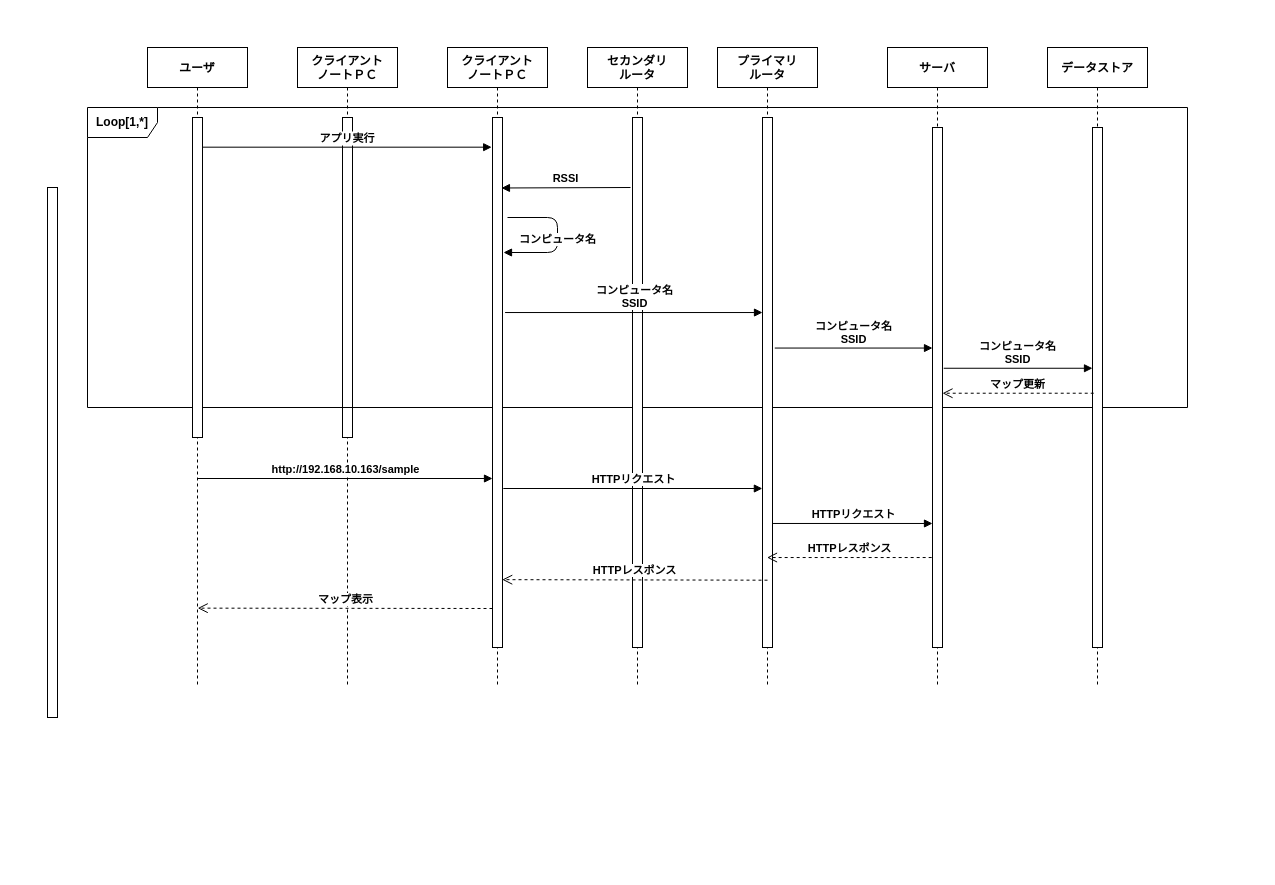
1Fp1N/Wi-Fi- keeps this draw.io diagram as シーケンステスト.drawio. Above is the earlier version. Source tidied: cells renumbered, new cells numbered last; positions are measured from the earlier drawing's top-left corner, leaving out a move shared by most shapes. Both pictures are drawn from the tidied source at 100%, with x=0, y=0 at pixel (47, 47).
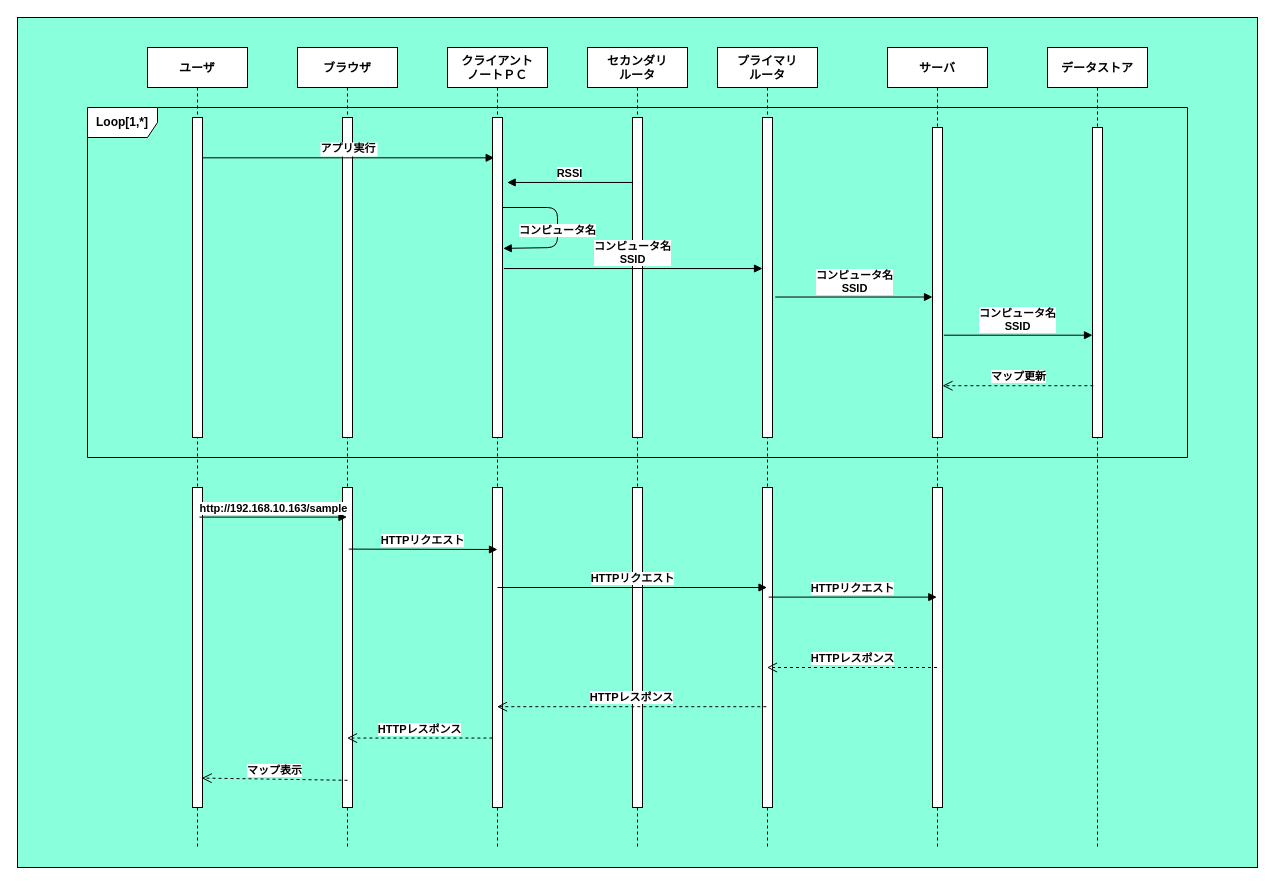
The same diagram, later.

Commit message:
Update シーケンステスト.drawio

Unchanged cells that the change refers to:
```xml
<mxCell id="6" style="points=[];perimeter=orthogonalPerimeter;rounded=0;shadow=0;strokeWidth=1;fontStyle=1;" parent="5" vertex="1">
  <mxGeometry x="45" y="70" width="10" height="320" as="geometry" />
</mxCell>
```

What changed in the source:
```diff
@@
+    <mxCell id="31" style="rounded=0;whiteSpace=wrap;html=1;fillColor=#8AFFDC;" parent="1" vertex="1">
+      <mxGeometry x="-30" y="-30" width="1240" height="850" as="geometry" />
+    </mxCell>
-    <mxCell id="2" value="クライアント&#10;ノートＰＣ" style="shape=umlLifeline;perimeter=lifelinePerimeter;rounded=0;shadow=0;strokeWidth=1;fontStyle=1;" parent="1" vertex="1">
-      <mxGeometry x="250" width="100" height="640" as="geometry" />
+    <mxCell id="2" value="ブラウザ" style="shape=umlLifeline;perimeter=lifelinePerimeter;rounded=0;shadow=0;strokeWidth=1;fontStyle=1;" parent="1" vertex="1">
+      <mxGeometry x="250" width="100" height="800" as="geometry" />
     </mxCell>
@@
+    <mxCell id="32" style="perimeter=orthogonalPerimeter;rounded=0;shadow=0;strokeWidth=1;fontStyle=1;" parent="2" vertex="1">
+      <mxGeometry x="45" y="440" width="10" height="320" as="geometry" />
+    </mxCell>
     <mxCell id="4" value="Loop[1,*]" style="shape=umlFrame;whiteSpace=wrap;html=1;width=70;height=30;fontStyle=1;" parent="1" vertex="1">
-      <mxGeometry x="40" y="60" width="1100" height="300" as="geometry" />
+      <mxGeometry x="40" y="60" width="1100" height="350" as="geometry" />
     </mxCell>
     <mxCell id="5" value="ユーザ" style="shape=umlLifeline;perimeter=lifelinePerimeter;rounded=0;shadow=0;strokeWidth=1;fontStyle=1;" parent="1" vertex="1">
-      <mxGeometry x="100" width="100" height="640" as="geometry" />
+      <mxGeometry x="100" width="100" height="800" as="geometry" />
     </mxCell>
@@
+    <mxCell id="33" style="points=[];perimeter=orthogonalPerimeter;rounded=0;shadow=0;strokeWidth=1;fontStyle=1;" parent="5" vertex="1">
+      <mxGeometry x="45" y="440" width="10" height="320" as="geometry" />
+    </mxCell>
     <mxCell id="7" value="クライアント&#10;ノートＰＣ" style="shape=umlLifeline;perimeter=lifelinePerimeter;rounded=0;shadow=0;strokeWidth=1;fontStyle=1;" parent="1" vertex="1">
-      <mxGeometry x="400" width="100" height="640" as="geometry" />
+      <mxGeometry x="400" width="100" height="800" as="geometry" />
     </mxCell>
     <mxCell id="8" style="points=[];perimeter=orthogonalPerimeter;rounded=0;shadow=0;strokeWidth=1;fontStyle=1;" parent="7" vertex="1">
-      <mxGeometry x="45" y="70" width="10" height="530" as="geometry" />
+      <mxGeometry x="45" y="70" width="10" height="320" as="geometry" />
     </mxCell>
+    <mxCell id="22" value="コンピュータ名" style="html=1;verticalAlign=bottom;endArrow=block;fontStyle=1;entryX=1.071;entryY=0.409;entryDx=0;entryDy=0;entryPerimeter=0;" parent="7" edge="1" source="8" target="8">
+      <mxGeometry x="0.17" relative="1" as="geometry">
+        <Array as="points">
+          <mxPoint x="110" y="160" />
+          <mxPoint x="110" y="200" />
+        </Array>
+      </mxGeometry>
+    </mxCell>
+    <mxCell id="34" style="points=[];perimeter=orthogonalPerimeter;rounded=0;shadow=0;strokeWidth=1;fontStyle=1;" parent="7" vertex="1">
+      <mxGeometry x="45" y="440" width="10" height="320" as="geometry" />
+    </mxCell>
     <mxCell id="9" value="サーバ" style="shape=umlLifeline;perimeter=lifelinePerimeter;rounded=0;shadow=0;strokeWidth=1;fontStyle=1;" parent="1" vertex="1">
-      <mxGeometry x="840" width="100" height="640" as="geometry" />
+      <mxGeometry x="840" width="100" height="800" as="geometry" />
     </mxCell>
     <mxCell id="10" style="points=[];perimeter=orthogonalPerimeter;rounded=0;shadow=0;strokeWidth=1;fontStyle=1;" parent="9" vertex="1">
-      <mxGeometry x="45" y="80" width="10" height="520" as="geometry" />
+      <mxGeometry x="45" y="80" width="10" height="310" as="geometry" />
     </mxCell>
+    <mxCell id="35" style="perimeter=orthogonalPerimeter;rounded=0;shadow=0;strokeWidth=1;fontStyle=1;" parent="9" vertex="1">
+      <mxGeometry x="45" y="440" width="10" height="320" as="geometry" />
+    </mxCell>
     <mxCell id="11" value="データストア" style="shape=umlLifeline;perimeter=lifelinePerimeter;rounded=0;shadow=0;strokeWidth=1;fontStyle=1;" parent="1" vertex="1">
-      <mxGeometry x="1000" width="100" height="640" as="geometry" />
+      <mxGeometry x="1000" width="100" height="800" as="geometry" />
     </mxCell>
     <mxCell id="12" style="points=[];perimeter=orthogonalPerimeter;rounded=0;shadow=0;strokeWidth=1;fontStyle=1;" parent="11" vertex="1">
-      <mxGeometry x="45" y="80" width="10" height="520" as="geometry" />
+      <mxGeometry x="45" y="80" width="10" height="310" as="geometry" />
     </mxCell>
-    <mxCell id="13" value="コンピュータ名&lt;br&gt;SSID" style="html=1;verticalAlign=bottom;endArrow=block;exitX=1.122;exitY=0.463;exitDx=0;exitDy=0;exitPerimeter=0;fontStyle=1;" parent="1" edge="1" source="10" target="12">
+    <mxCell id="13" value="コンピュータ名&lt;br&gt;SSID" style="html=1;verticalAlign=bottom;endArrow=block;exitX=1.133;exitY=0.67;exitDx=0;exitDy=0;exitPerimeter=0;fontStyle=1;" parent="1" edge="1" source="10" target="12">
       <mxGeometry relative="1" as="geometry" />
     </mxCell>
     <mxCell id="14" value="セカンダリ&#10;ルータ" style="shape=umlLifeline;perimeter=lifelinePerimeter;rounded=0;shadow=0;strokeWidth=1;fontStyle=1;" parent="1" vertex="1">
-      <mxGeometry x="540" width="100" height="640" as="geometry" />
+      <mxGeometry x="540" width="100" height="800" as="geometry" />
     </mxCell>
     <mxCell id="15" style="points=[];perimeter=orthogonalPerimeter;rounded=0;shadow=0;strokeWidth=1;fontStyle=1;" parent="14" vertex="1">
-      <mxGeometry x="45" y="70" width="10" height="530" as="geometry" />
+      <mxGeometry x="45" y="70" width="10" height="320" as="geometry" />
     </mxCell>
+    <mxCell id="36" style="perimeter=orthogonalPerimeter;rounded=0;shadow=0;strokeWidth=1;fontStyle=1;" parent="14" vertex="1">
+      <mxGeometry x="45" y="440" width="10" height="320" as="geometry" />
+    </mxCell>
-    <mxCell id="16" value="アプリ実行" style="verticalAlign=bottom;endArrow=block;shadow=0;strokeWidth=1;entryX=-0.083;entryY=0.056;entryDx=0;entryDy=0;entryPerimeter=0;fontStyle=1;" parent="1" edge="1" source="6" target="8">
+    <mxCell id="16" value="アプリ実行" style="verticalAlign=bottom;endArrow=block;shadow=0;strokeWidth=1;entryX=0.167;entryY=0.126;entryDx=0;entryDy=0;entryPerimeter=0;fontStyle=1;" parent="1" edge="1" source="6" target="8">
       <mxGeometry relative="1" as="geometry" />
     </mxCell>
     <mxCell id="17" value="プライマリ&#10;ルータ" style="shape=umlLifeline;perimeter=lifelinePerimeter;rounded=0;shadow=0;strokeWidth=1;fontStyle=1;" parent="1" vertex="1">
-      <mxGeometry x="670" width="100" height="640" as="geometry" />
+      <mxGeometry x="670" width="100" height="800" as="geometry" />
     </mxCell>
     <mxCell id="18" style="points=[];perimeter=orthogonalPerimeter;rounded=0;shadow=0;strokeWidth=1;fontStyle=1;" parent="17" vertex="1">
-      <mxGeometry x="45" y="70" width="10" height="530" as="geometry" />
+      <mxGeometry x="45" y="70" width="10" height="320" as="geometry" />
     </mxCell>
+    <mxCell id="37" style="perimeter=orthogonalPerimeter;rounded=0;shadow=0;strokeWidth=1;fontStyle=1;" parent="17" vertex="1">
+      <mxGeometry x="45" y="440" width="10" height="320" as="geometry" />
+    </mxCell>
-    <mxCell id="19" value="コンピュータ名&lt;br&gt;SSID" style="html=1;verticalAlign=bottom;endArrow=block;exitX=1.258;exitY=0.368;exitDx=0;exitDy=0;exitPerimeter=0;fontStyle=1;" parent="1" edge="1" source="8" target="18">
+    <mxCell id="19" value="コンピュータ名&lt;br&gt;SSID" style="html=1;verticalAlign=bottom;endArrow=block;exitX=1.133;exitY=0.472;exitDx=0;exitDy=0;exitPerimeter=0;fontStyle=1;" parent="1" edge="1" source="8" target="18">
       <mxGeometry relative="1" as="geometry" />
     </mxCell>
-    <mxCell id="20" value="コンピュータ名&lt;br&gt;SSID" style="html=1;verticalAlign=bottom;endArrow=block;exitX=1.228;exitY=0.435;exitDx=0;exitDy=0;exitPerimeter=0;fontStyle=1;" parent="1" edge="1" source="18" target="10">
+    <mxCell id="20" value="コンピュータ名&lt;br&gt;SSID" style="html=1;verticalAlign=bottom;endArrow=block;fontStyle=1;exitX=1.276;exitY=0.561;exitDx=0;exitDy=0;exitPerimeter=0;" parent="1" edge="1" source="18" target="10">
       <mxGeometry relative="1" as="geometry" />
     </mxCell>
-    <mxCell id="21" value="RSSI" style="html=1;verticalAlign=bottom;endArrow=block;entryX=0.896;entryY=0.133;entryDx=0;entryDy=0;entryPerimeter=0;fontStyle=1;" parent="1" edge="1" target="8">
-      <mxGeometry relative="1" as="geometry">
-        <mxPoint x="583" y="140" as="sourcePoint" />
-      </mxGeometry>
+    <mxCell id="21" value="RSSI" style="html=1;verticalAlign=bottom;endArrow=block;entryX=1.467;entryY=0.203;entryDx=0;entryDy=0;entryPerimeter=0;fontStyle=1;" parent="1" edge="1" source="15" target="8">
+      <mxGeometry relative="1" as="geometry" />
     </mxCell>
-    <mxCell id="22" value="コンピュータ名" style="html=1;verticalAlign=bottom;endArrow=block;fontStyle=1;" parent="1" edge="1">
-      <mxGeometry x="0.17" relative="1" as="geometry">
-        <mxPoint x="460" y="170" as="sourcePoint" />
-        <mxPoint x="456" y="205" as="targetPoint" />
-        <Array as="points">
-          <mxPoint x="510" y="170" />
-          <mxPoint x="510" y="205" />
-        </Array>
-      </mxGeometry>
-    </mxCell>
-    <mxCell id="23" value="http://192.168.10.163/sample" style="html=1;verticalAlign=bottom;endArrow=block;fontStyle=1;" parent="1" edge="1" target="8">
-      <mxGeometry relative="1" as="geometry">
-        <mxPoint x="150" y="431" as="sourcePoint" />
-      </mxGeometry>
+    <mxCell id="23" value="http://192.168.10.163/sample" style="html=1;verticalAlign=bottom;endArrow=block;fontStyle=1;exitX=0.52;exitY=0.587;exitDx=0;exitDy=0;exitPerimeter=0;" parent="1" edge="1" source="5" target="2">
+      <mxGeometry relative="1" as="geometry" />
     </mxCell>
-    <mxCell id="24" value="HTTPリクエスト" style="html=1;verticalAlign=bottom;endArrow=block;entryX=-0.012;entryY=0.7;entryDx=0;entryDy=0;entryPerimeter=0;exitX=1.082;exitY=0.7;exitDx=0;exitDy=0;exitPerimeter=0;fontStyle=1;" parent="1" edge="1" source="8" target="18">
-      <mxGeometry relative="1" as="geometry" />
+    <mxCell id="24" value="HTTPリクエスト" style="html=1;verticalAlign=bottom;endArrow=block;fontStyle=1;exitX=0.513;exitY=0.627;exitDx=0;exitDy=0;exitPerimeter=0;" parent="1" edge="1" source="2">
+      <mxGeometry relative="1" as="geometry">
+        <mxPoint x="450" y="502" as="targetPoint" />
+      </mxGeometry>
     </mxCell>
-    <mxCell id="25" value="HTTPリクエスト" style="html=1;verticalAlign=bottom;endArrow=block;exitX=1.054;exitY=0.766;exitDx=0;exitDy=0;exitPerimeter=0;fontStyle=1;" parent="1" edge="1" source="18" target="10">
+    <mxCell id="25" value="HTTPリクエスト" style="html=1;verticalAlign=bottom;endArrow=block;fontStyle=1;exitX=0.512;exitY=0.687;exitDx=0;exitDy=0;exitPerimeter=0;entryX=0.493;entryY=0.687;entryDx=0;entryDy=0;entryPerimeter=0;" parent="1" edge="1" source="17" target="9">
       <mxGeometry relative="1" as="geometry" />
     </mxCell>
-    <mxCell id="26" value="マップ更新" style="html=1;verticalAlign=bottom;endArrow=open;dashed=1;endSize=8;exitX=0.122;exitY=0.511;exitDx=0;exitDy=0;exitPerimeter=0;fontStyle=1;" parent="1" edge="1" source="12" target="10">
+    <mxCell id="26" value="マップ更新" style="html=1;verticalAlign=bottom;endArrow=open;dashed=1;endSize=8;exitX=0.086;exitY=0.833;exitDx=0;exitDy=0;exitPerimeter=0;fontStyle=1;" parent="1" edge="1" source="12" target="10">
       <mxGeometry relative="1" as="geometry" />
     </mxCell>
-    <mxCell id="27" value="HTTPレスポンス" style="html=1;verticalAlign=bottom;endArrow=open;dashed=1;endSize=8;exitX=-0.084;exitY=0.827;exitDx=0;exitDy=0;exitPerimeter=0;fontStyle=1;" parent="1" edge="1" source="10" target="17">
+    <mxCell id="27" value="HTTPレスポンス" style="html=1;verticalAlign=bottom;endArrow=open;dashed=1;endSize=8;fontStyle=1;exitX=0.495;exitY=0.775;exitDx=0;exitDy=0;exitPerimeter=0;" parent="1" edge="1" source="9" target="17">
       <mxGeometry relative="1" as="geometry" />
     </mxCell>
-    <mxCell id="28" value="HTTPレスポンス" style="html=1;verticalAlign=bottom;endArrow=open;dashed=1;endSize=8;exitX=0.5;exitY=0.873;exitDx=0;exitDy=0;exitPerimeter=0;entryX=0.969;entryY=0.872;entryDx=0;entryDy=0;entryPerimeter=0;fontStyle=1;" parent="1" edge="1" source="18" target="8">
+    <mxCell id="28" value="HTTPレスポンス" style="html=1;verticalAlign=bottom;endArrow=open;dashed=1;endSize=8;fontStyle=1;exitX=0.488;exitY=0.824;exitDx=0;exitDy=0;exitPerimeter=0;" parent="1" edge="1" source="17" target="7">
       <mxGeometry relative="1" as="geometry" />
     </mxCell>
+    <mxCell id="38" value="HTTPリクエスト" style="html=1;verticalAlign=bottom;endArrow=block;fontStyle=1;exitX=0.513;exitY=0.627;exitDx=0;exitDy=0;exitPerimeter=0;" parent="1" edge="1" target="17">
+      <mxGeometry relative="1" as="geometry">
+        <mxPoint x="450" y="540" as="sourcePoint" />
+      </mxGeometry>
+    </mxCell>
-    <mxCell id="29" value="マップ表示" style="html=1;verticalAlign=bottom;endArrow=open;dashed=1;endSize=8;fontStyle=1;entryX=0.502;entryY=0.876;entryDx=0;entryDy=0;entryPerimeter=0;" parent="1" edge="1" target="5">
-      <mxGeometry relative="1" as="geometry">
-        <mxPoint x="445" y="561" as="sourcePoint" />
-      </mxGeometry>
+    <mxCell id="29" value="マップ表示" style="html=1;verticalAlign=bottom;endArrow=open;dashed=1;endSize=8;fontStyle=1;entryX=0.92;entryY=0.908;entryDx=0;entryDy=0;entryPerimeter=0;exitX=0.5;exitY=0.916;exitDx=0;exitDy=0;exitPerimeter=0;" parent="1" edge="1" source="2" target="33">
+      <mxGeometry relative="1" as="geometry" />
     </mxCell>
-    <mxCell id="30" style="perimeter=orthogonalPerimeter;rounded=0;shadow=0;strokeWidth=1;fontStyle=1;" parent="1" vertex="1">
-      <mxGeometry y="140" width="10" height="530" as="geometry" />
-    </mxCell>
+    <mxCell id="39" value="HTTPレスポンス" style="html=1;verticalAlign=bottom;endArrow=open;dashed=1;endSize=8;fontStyle=1;exitX=-0.01;exitY=0.783;exitDx=0;exitDy=0;exitPerimeter=0;" parent="1" edge="1" source="34" target="2">
+      <mxGeometry relative="1" as="geometry" />
+    </mxCell>
```
